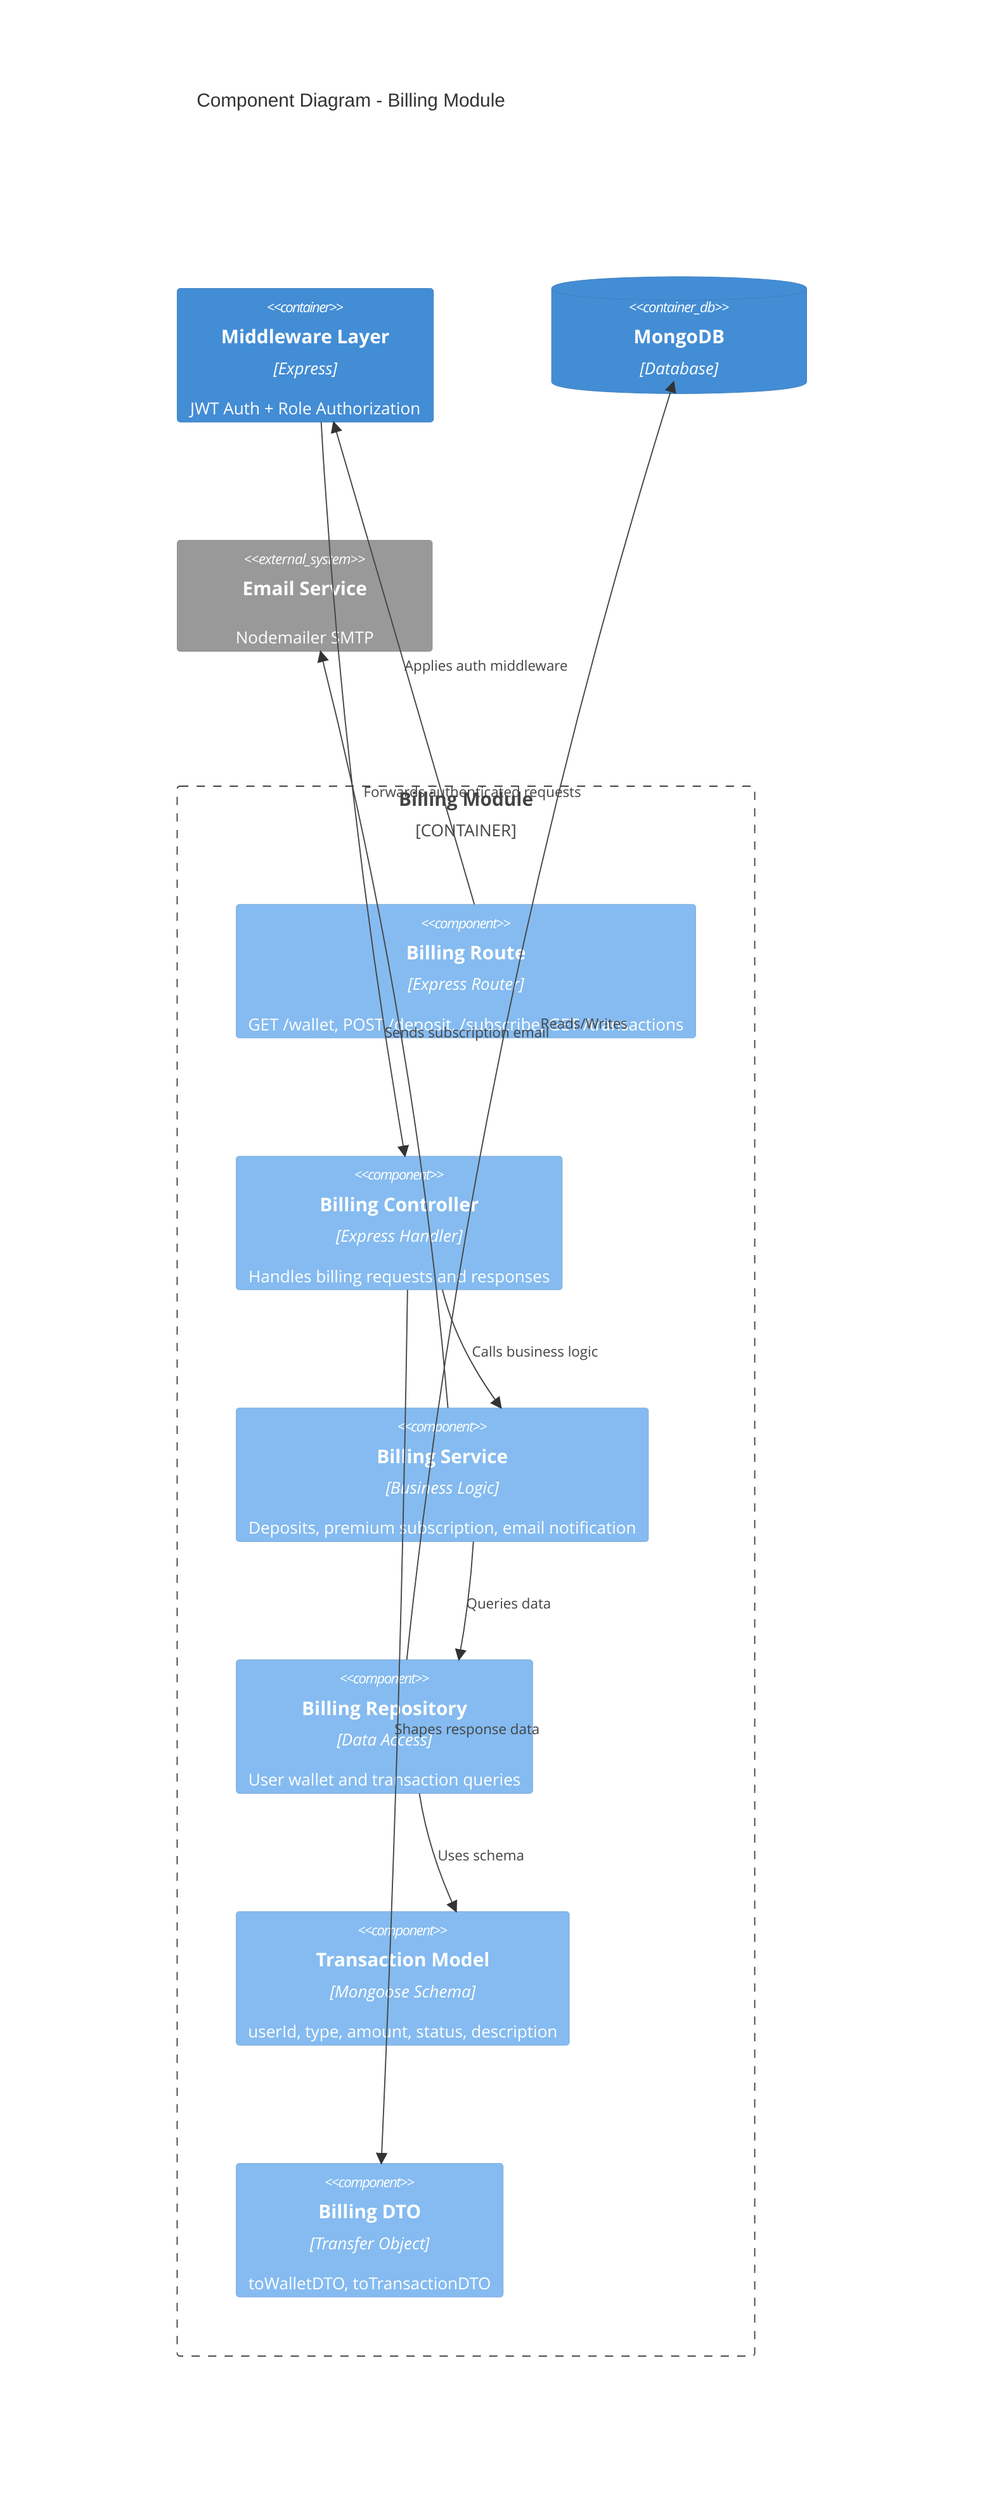
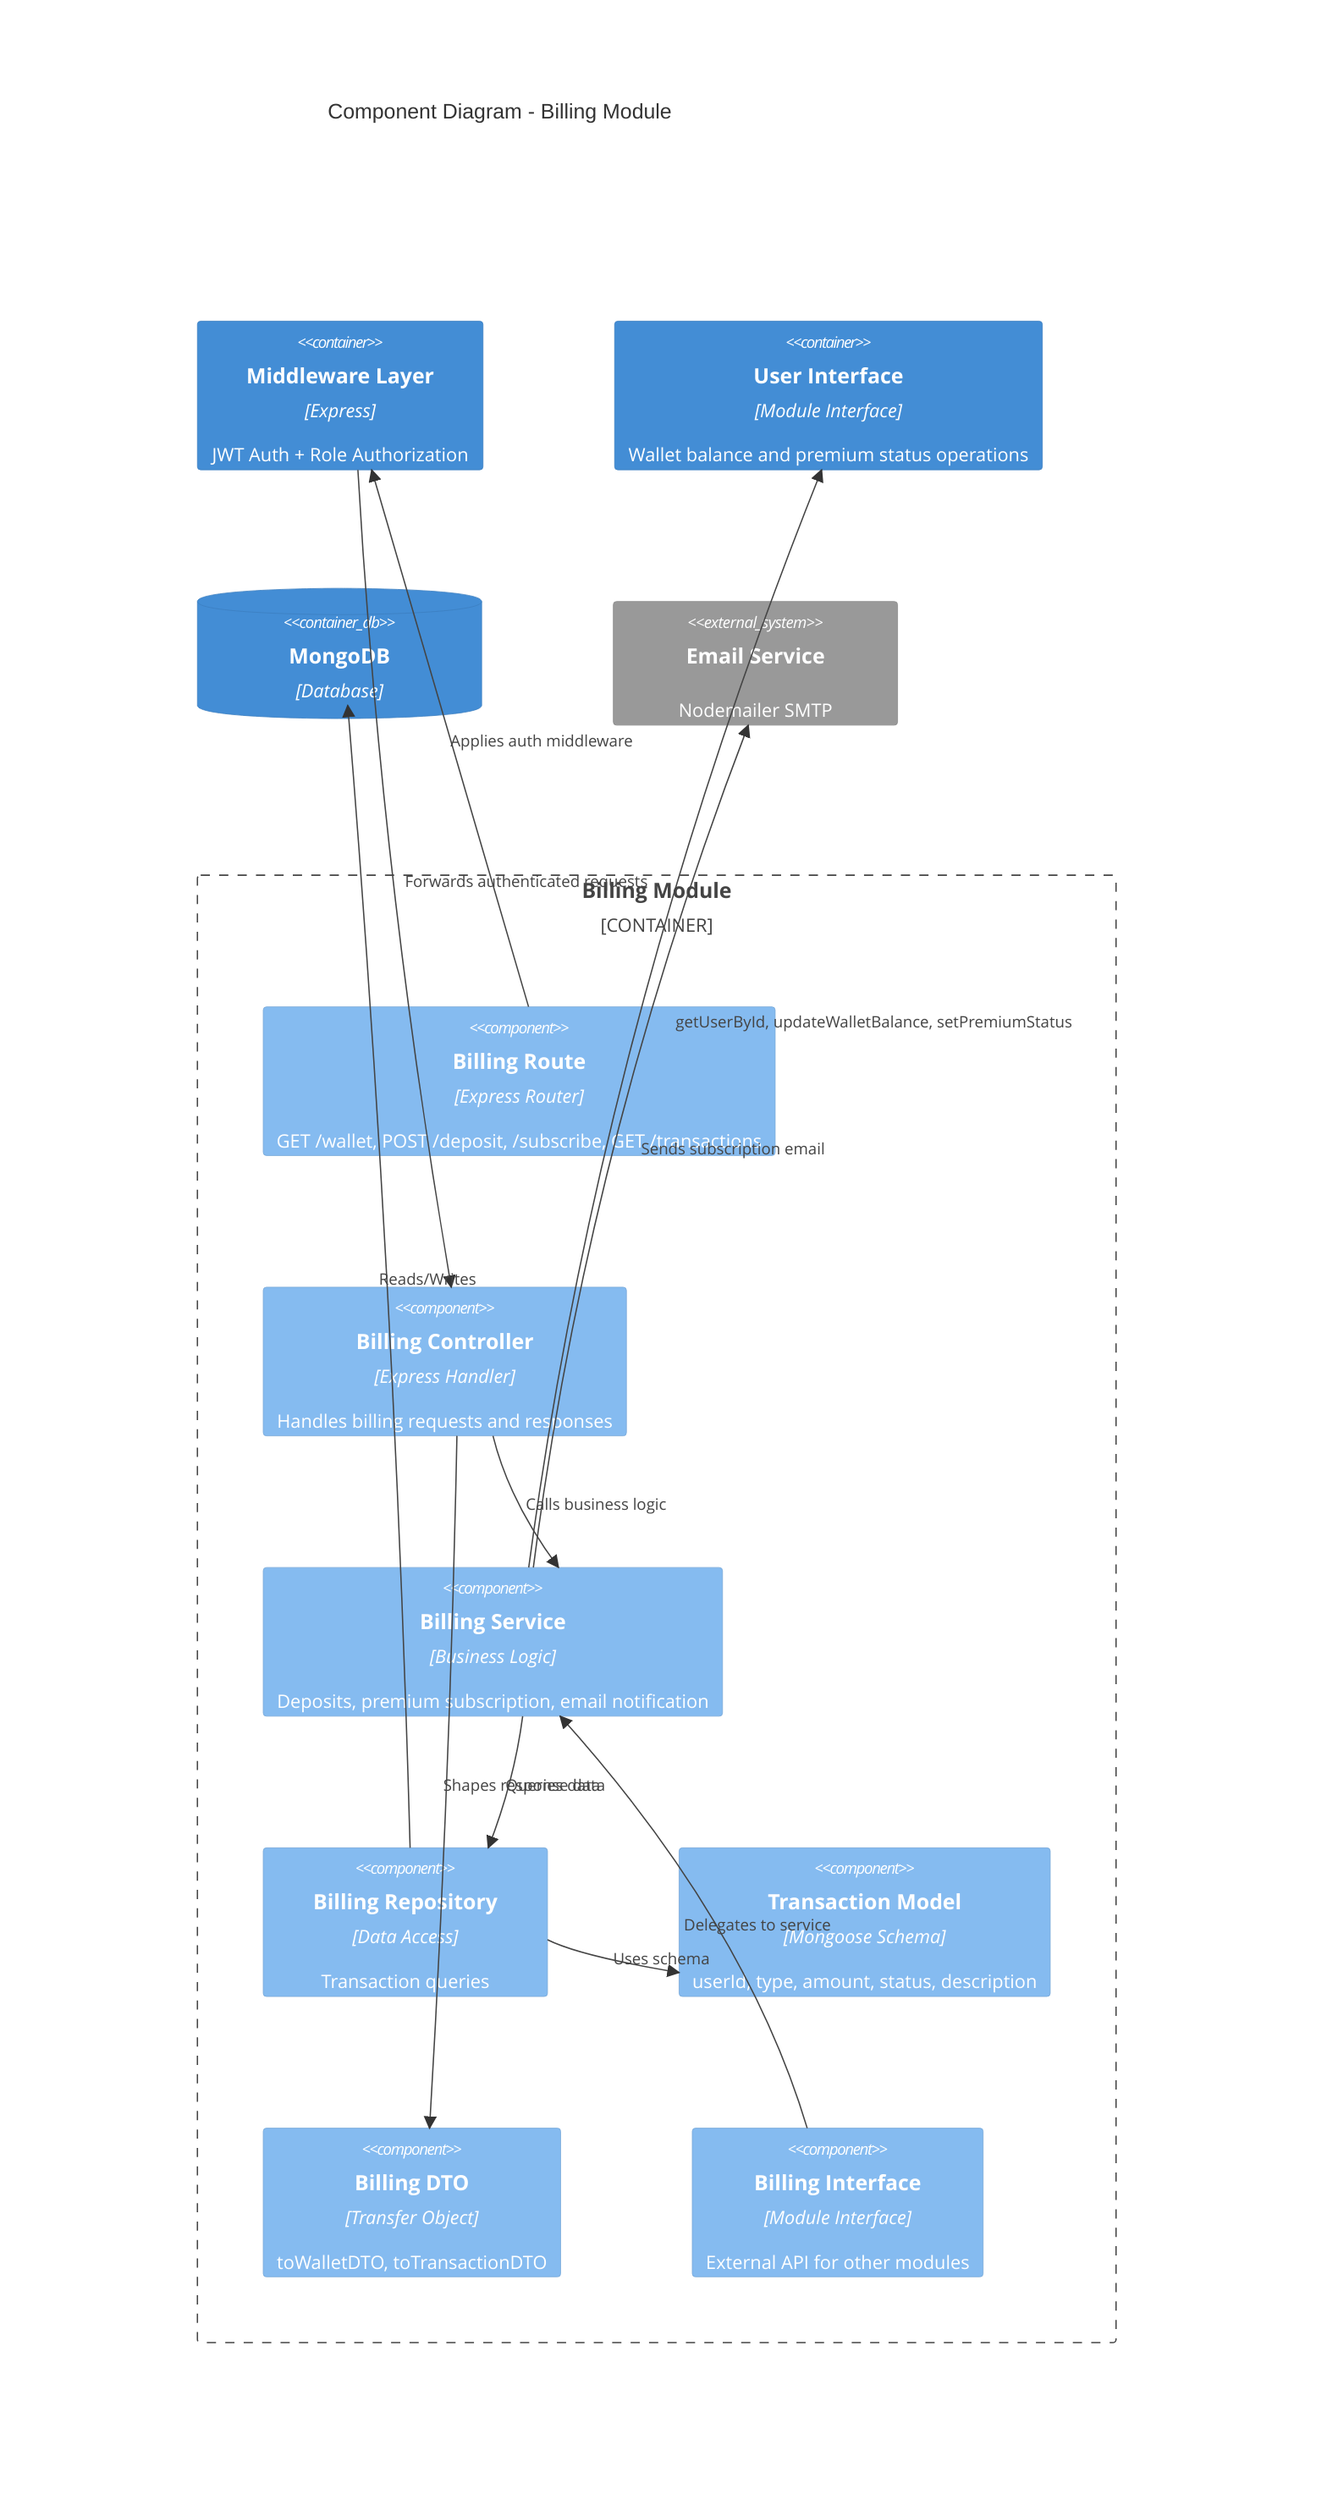
C4Component
    title Component Diagram - Billing Module

    Container(mw, "Middleware Layer", "Express", "JWT Auth + Role Authorization")

    Container_Boundary(billing, "Billing Module") {
        Component(route, "Billing Route", "Express Router", "GET /wallet, POST /deposit, /subscribe, GET /transactions")
        Component(controller, "Billing Controller", "Express Handler", "Handles billing requests and responses")
        Component(service, "Billing Service", "Business Logic", "Deposits, premium subscription, email notification")
-         Component(repository, "Billing Repository", "Data Access", "User wallet and transaction queries")
+         Component(repository, "Billing Repository", "Data Access", "Transaction queries")
        Component(model, "Transaction Model", "Mongoose Schema", "userId, type, amount, status, description")
        Component(dto, "Billing DTO", "Transfer Object", "toWalletDTO, toTransactionDTO")
+         Component(iface, "Billing Interface", "Module Interface", "External API for other modules")
    }

+     Container(userInterface, "User Interface", "Module Interface", "Wallet balance and premium status operations")
    ContainerDb(db, "MongoDB", "Database")
    System_Ext(smtp, "Email Service", "Nodemailer SMTP")

    Rel(route, mw, "Applies auth middleware")
    Rel(mw, controller, "Forwards authenticated requests")
    Rel(controller, service, "Calls business logic")
    Rel(controller, dto, "Shapes response data")
    Rel(service, repository, "Queries data")
+     Rel(service, userInterface, "getUserById, updateWalletBalance, setPremiumStatus")
    Rel(service, smtp, "Sends subscription email")
    Rel(repository, model, "Uses schema")
    Rel(repository, db, "Reads/Writes")
+     Rel(iface, service, "Delegates to service")
